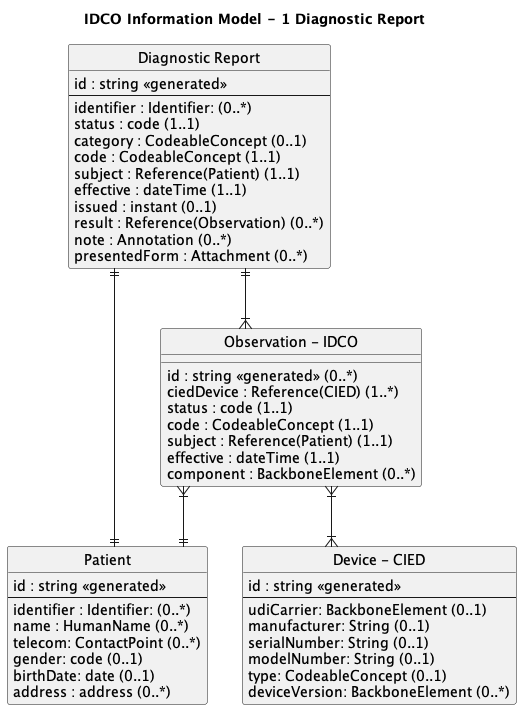
This is input/images/data-modelIDCO.png from HL7/CardX-CIED, a PlantUML export, as it was before one commit.
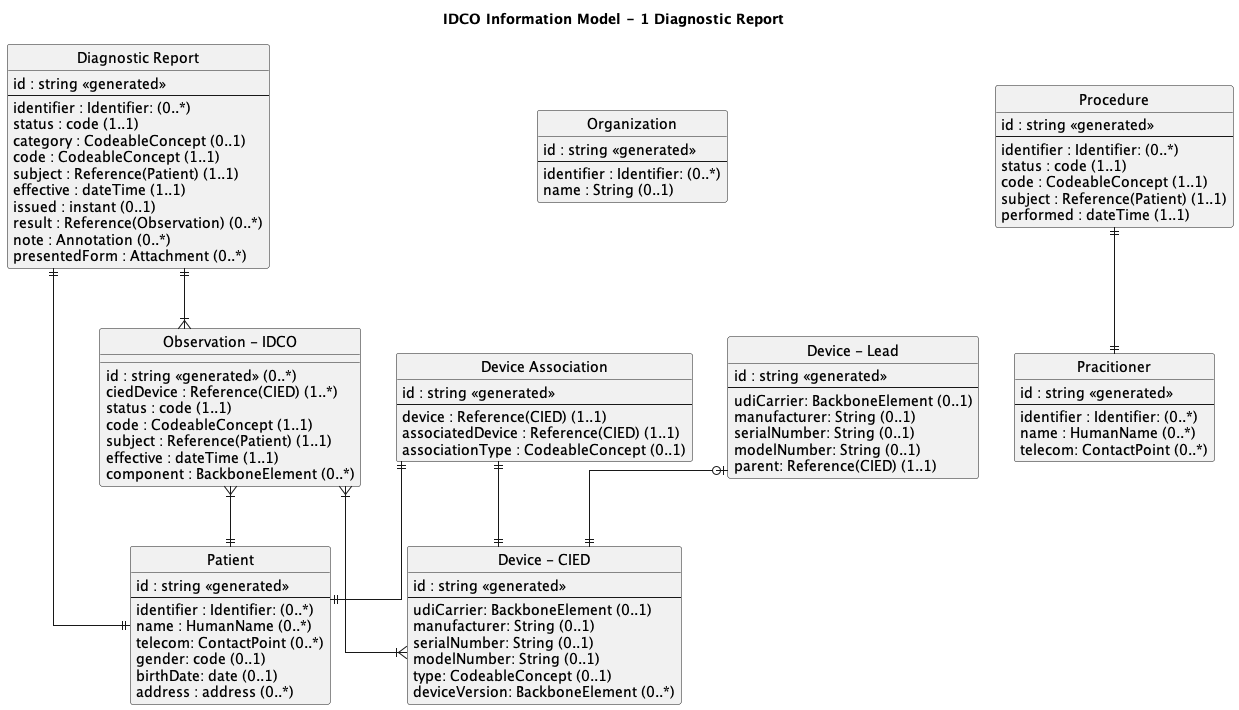
After the commit.

What changed in the source:
```diff
@@ -42,6 +42,16 @@
   deviceVersion: BackboneElement (0..*)
 }
 
+entity "Device - Lead" as lead {
+  id : string <<generated>>
+  --
+  udiCarrier: BackboneElement (0..1)
+  manufacturer: String (0..1)
+  serialNumber: String (0..1)
+  modelNumber: String (0..1)
+  parent: Reference(CIED) (1..1)
+}
+
 
 entity "Observation - IDCO" as IDCO {
     id : string <<generated>> (0..*)
@@ -54,9 +64,46 @@
 
 }
 
+entity "Organization" as org {
+  id : string <<generated>>
+  --
+  identifier : Identifier: (0..*)
+  name : String (0..1)
+}
+
+entity "Pracitioner" as prac {
+  id : string <<generated>>
+  --
+  identifier : Identifier: (0..*)
+  name : HumanName (0..*)
+  telecom: ContactPoint (0..*)
+}
+
+entity "Device Association" as assoc {
+  id : string <<generated>>
+  --
+  device : Reference(CIED) (1..1)
+  associatedDevice : Reference(CIED) (1..1)
+  associationType : CodeableConcept (0..1)
+}
+
+entity "Procedure" as proc {
+  id : string <<generated>>
+  --
+  identifier : Identifier: (0..*)
+  status : code (1..1)
+  code : CodeableConcept (1..1)
+  subject : Reference(Patient) (1..1)
+  performed : dateTime (1..1)
+}
+
 IDCO }|--|| Patient
 IDCO }|--|{ cied
 diag ||--|| Patient
 diag ||--|{ IDCO
+lead |o--|| cied
+assoc ||--|| cied
+assoc ||--|| Patient
+proc ||--|| prac
 
 @enduml
```
